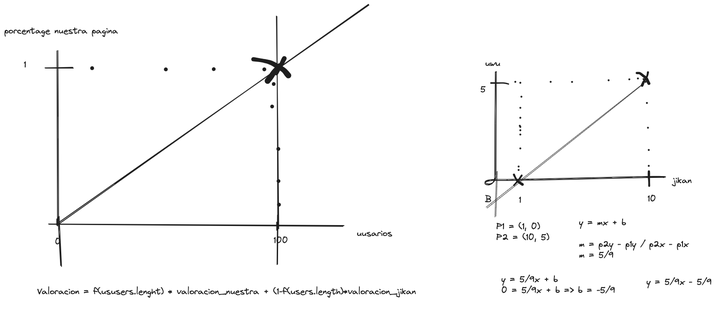
ElenaMoralesGil/PS_GRUPO11_uwuTracker keeps this Excalidraw diagram as doc/linear.excalidraw.png. Above is the earlier version. Source tidied: one line per element, renumbered; positions are measured from the earlier drawing's top-left corner, leaving out a move shared by most shapes.
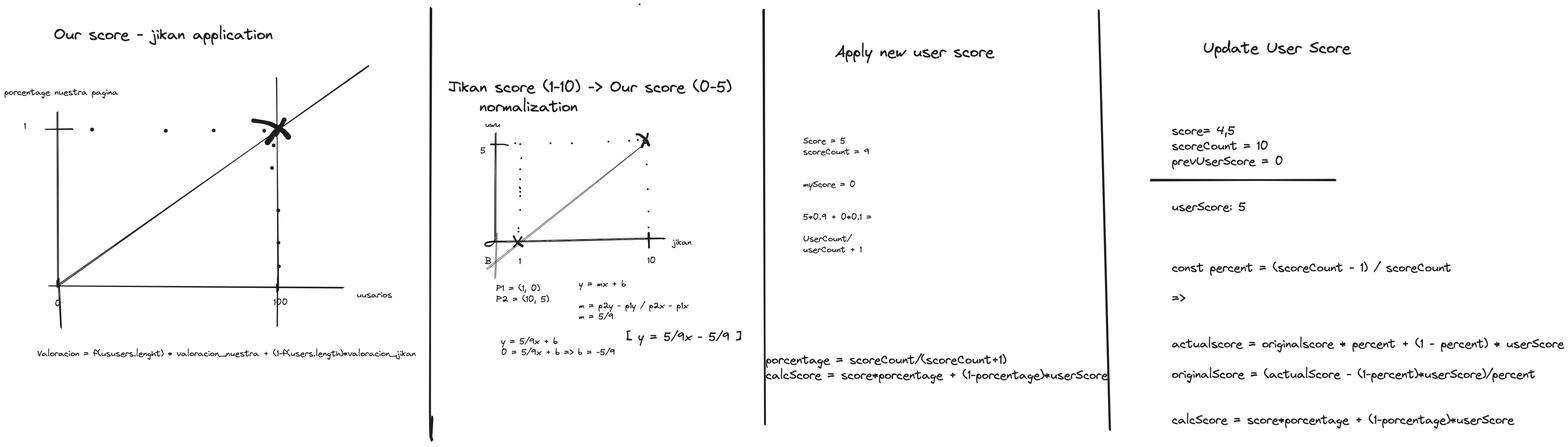
The same diagram one commit later.

Commit message:
Score utils

* jikanScoreNormalization
* calcScore
* calcWeithedScore

The edit, as a diff of the source:
```diff
@@ -64,6 +64,18 @@
 {"id": 63, "type": "text", "text": "P1 = (1, 0)\nP2 = (10, 5)", "strokeColor": "#1e1e1e", "strokeWidth": 1, "roughness": 1, "fontSize": 20, "fontFamily": 1, "x": 1133, "y": 499, "width": 122, "height": 50}
 {"id": 64, "type": "text", "text": "y = mx + b\n\nm = p2y - p1y / p2x - p1x\nm = 5/9", "strokeColor": "#1e1e1e", "strokeWidth": 1, "roughness": 1, "fontSize": 20, "fontFamily": 1, "x": 1323, "y": 489, "width": 251, "height": 100}
 {"id": 65, "type": "text", "text": "y = 5/9x + b\n0 = 5/9x + b => b = -5/9\n", "strokeColor": "#1e1e1e", "strokeWidth": 1, "roughness": 1, "fontSize": 20, "fontFamily": 1, "x": 1144, "y": 621, "width": 262, "height": 75}
-{"id": 66, "type": "text", "text": "y = 5/9x - 5/9", "strokeColor": "#1e1e1e", "strokeWidth": 1, "roughness": 1, "fontSize": 20, "fontFamily": 1, "x": 1478, "y": 627, "width": 150, "height": 25}
+{"id": 66, "type": "text", "text": "[ y = 5/9x - 5/9 ]", "strokeColor": "#1e1e1e", "strokeWidth": 1, "roughness": 1, "fontSize": 28, "fontFamily": 1, "x": 1432, "y": 607, "width": 266, "height": 35}
 {"id": 67, "type": "line", "strokeColor": "#1e1e1e", "strokeWidth": 1, "roughness": 1, "round": true, "x": 1134, "y": 384, "width": 4, "height": 106, "points": [[0, 0], [-4, 106]]}
 {"id": 68, "type": "text", "text": "B", "strokeColor": "#1e1e1e", "strokeWidth": 1, "roughness": 1, "fontSize": 20, "fontFamily": 1, "x": 1106, "y": 436, "width": 15, "height": 25}
+{"id": 69, "type": "text", "text": "Our score - jikan application", "strokeColor": "#1e1e1e", "strokeWidth": 2, "roughness": 1, "fontSize": 36, "fontFamily": 1, "x": 114, "y": -94, "width": 504, "height": 45}
+{"id": 70, "type": "text", "text": "Jikan score (1-10) -> Our score (0-5)\n    normalization", "strokeColor": "#1e1e1e", "strokeWidth": 1, "roughness": 1, "fontSize": 36, "fontFamily": 1, "x": 1022, "y": 28, "width": 652, "height": 90}
+{"id": 71, "type": "freedraw", "strokeColor": "#1e1e1e", "strokeWidth": 1, "roughness": 1, "x": 1463, "y": -142, "width": 0, "height": 0, "points": [[0, 0], [0, 0]]}
+{"id": 72, "type": "line", "strokeColor": "#1e1e1e", "strokeWidth": 4, "roughness": 1, "round": true, "x": 982, "y": -133, "width": 5, "height": 994, "points": [[0, 0], [-2, 914], [3, 941], [2, 974], [1, 984], [3, 994]]}
+{"id": 73, "type": "line", "strokeColor": "#1e1e1e", "strokeWidth": 4, "roughness": 1, "round": true, "x": 1748, "y": -130, "width": 2, "height": 954, "points": [[0, 0], [2, 954]]}
+{"id": 74, "type": "text", "text": "Apply new user score", "strokeColor": "#1e1e1e", "strokeWidth": 4, "roughness": 1, "fontSize": 36, "fontFamily": 1, "x": 1913, "y": -54, "width": 366, "height": 45}
+{"id": 75, "type": "text", "text": "Update User Score", "strokeColor": "#1e1e1e", "strokeWidth": 4, "roughness": 1, "fontSize": 36, "fontFamily": 1, "x": 2760, "y": -63, "width": 339, "height": 45}
+{"id": 76, "type": "line", "strokeColor": "#1e1e1e", "strokeWidth": 4, "roughness": 1, "round": true, "x": 2519, "y": -127, "width": 27, "height": 963, "points": [[0, 0], [27, 963]]}
+{"id": 77, "type": "text", "text": "Score = 5\nscoreCount = 9\n\n\nmyScore = 0\n\n\n5*0.9 + 0*0.1 = \n\nUserCount/\nuserCount + 1\n\n", "strokeColor": "#1e1e1e", "strokeWidth": 4, "roughness": 1, "fontSize": 20, "fontFamily": 1, "x": 1839, "y": 161, "width": 168, "height": 325}
+{"id": 78, "type": "text", "text": "porcentage = scoreCount/(scoreCount+1)\ncalcScore = score*porcentage + (1-porcentage)*userScore", "strokeColor": "#1e1e1e", "strokeWidth": 4, "roughness": 1, "fontSize": 28, "fontFamily": 1, "x": 1753, "y": 659, "width": 788, "height": 70}
+{"id": 79, "type": "text", "text": "score= 4,5\nscoreCount = 10\nprevUserScore = 0\n\n\nuserScore: 5\n\n\n\nconst percent = (scoreCount - 1) / scoreCount\n\n=> \n\n\nactualscore = originalscore * percent + (1 - percent) * userScore\n\noriginalScore = (actualScore - (1-percent)*userScore)/percent\n\n\ncalcScore = score*porcentage + (1-porcentage)*userScore\n", "strokeColor": "#1e1e1e", "strokeWidth": 4, "roughness": 1, "fontSize": 28, "fontFamily": 1, "x": 2688, "y": 132, "width": 903, "height": 735}
+{"id": 80, "type": "line", "strokeColor": "#1e1e1e", "strokeWidth": 4, "roughness": 1, "round": true, "x": 2640, "y": 262, "width": 425, "height": 0, "points": [[0, 0], [425, 0]]}
```
